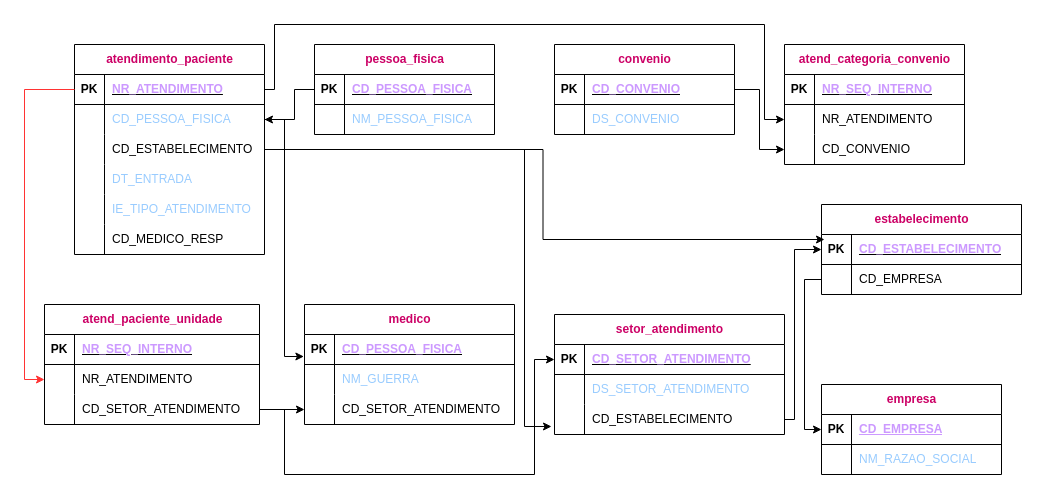
Above: Exercício_10.drawio in PatriciaGavloski/diagramas.sql (draw.io), before the change. Source tidied: cells renumbered, new cells numbered last; positions are measured from the earlier drawing's top-left corner, leaving out a move shared by most shapes. Both pictures are drawn from the tidied source at 100%, with x=0, y=0 at pixel (44, 24).
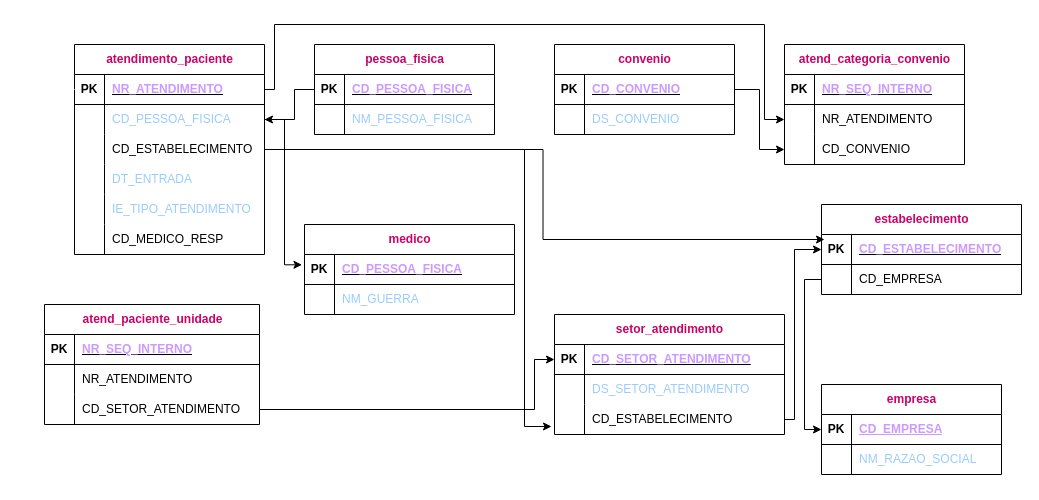
Above is the later version.

Unchanged cells that the change refers to:
```xml
<mxCell id="3" style="shape=tableRow;horizontal=0;startSize=0;swimlaneHead=0;swimlaneBody=0;fillColor=none;points=[[0,0.5],[1,0.5]];portConstraint=eastwest;top=0;left=0;right=0;bottom=1;" parent="2" vertex="1">
  <mxGeometry y="30" width="190" height="30" as="geometry" />
</mxCell>
<mxCell id="6" style="shape=tableRow;horizontal=0;startSize=0;swimlaneHead=0;swimlaneBody=0;fillColor=none;points=[[0,0.5],[1,0.5]];portConstraint=eastwest;top=0;left=0;right=0;bottom=0;" parent="2" vertex="1">
  <mxGeometry y="60" width="190" height="30" as="geometry" />
</mxCell>
<mxCell id="29" style="shape=tableRow;horizontal=0;startSize=0;swimlaneHead=0;swimlaneBody=0;fillColor=none;points=[[0,0.5],[1,0.5]];portConstraint=eastwest;top=0;left=0;right=0;bottom=1;" parent="28" vertex="1">
  <mxGeometry y="30" width="210" height="30" as="geometry" />
</mxCell>
<mxCell id="42" style="shape=tableRow;horizontal=0;startSize=0;swimlaneHead=0;swimlaneBody=0;fillColor=none;points=[[0,0.5],[1,0.5]];portConstraint=eastwest;top=0;left=0;right=0;bottom=0;" parent="38" vertex="1">
  <mxGeometry y="60" width="215" height="30" as="geometry" />
</mxCell>
<mxCell id="45" style="shape=tableRow;horizontal=0;startSize=0;swimlaneHead=0;swimlaneBody=0;fillColor=none;points=[[0,0.5],[1,0.5]];portConstraint=eastwest;top=0;left=0;right=0;bottom=0;" parent="38" vertex="1">
  <mxGeometry y="90" width="215" height="30" as="geometry" />
</mxCell>
<mxCell id="56" style="shape=tableRow;horizontal=0;startSize=0;swimlaneHead=0;swimlaneBody=0;fillColor=none;points=[[0,0.5],[1,0.5]];portConstraint=eastwest;top=0;left=0;right=0;bottom=1;" parent="55" vertex="1">
  <mxGeometry y="30" width="230" height="30" as="geometry" />
</mxCell>
```

What changed in the source:
```diff
@@
     <mxCell id="28" value="&lt;font color=&quot;#cc0066&quot;&gt;medico&lt;/font&gt;" style="shape=table;startSize=30;childLayout=tableLayout;rowLines=0;fontStyle=1;align=center;html=1;" parent="1" vertex="1">
-      <mxGeometry x="260" y="280" width="210" height="120" as="geometry" />
+      <mxGeometry x="260" y="200" width="210" height="90" as="geometry" />
     </mxCell>
@@
-    <mxCell id="35" style="shape=tableRow;horizontal=0;startSize=0;swimlaneHead=0;swimlaneBody=0;fillColor=none;points=[[0,0.5],[1,0.5]];portConstraint=eastwest;top=0;left=0;right=0;bottom=0;" parent="28" vertex="1">
-      <mxGeometry y="90" width="210" height="30" as="geometry" />
-    </mxCell>
-    <mxCell id="36" style="shape=partialRectangle;fillColor=none;top=0;left=0;bottom=0;right=0;overflow=hidden;whiteSpace=wrap;html=1;" parent="35" vertex="1">
-      <mxGeometry width="30" height="30" as="geometry" />
-    </mxCell>
-    <mxCell id="37" value="CD_SETOR_ATENDIMENTO" style="shape=partialRectangle;fillColor=none;top=0;left=0;bottom=0;right=0;align=left;spacingLeft=6;overflow=hidden;whiteSpace=wrap;html=1;" parent="35" vertex="1">
-      <mxGeometry x="30" width="180" height="30" as="geometry" />
-    </mxCell>
@@
-    <mxCell id="77" style="edgeStyle=orthogonalEdgeStyle;rounded=0;jettySize=auto;html=1;exitX=0;exitY=0.5;exitDx=0;exitDy=0;entryX=0;entryY=0.5;entryDx=0;entryDy=0;strokeColor=#FF3333;" parent="1" edge="1" source="3" target="42">
+    <mxCell id="77" style="edgeStyle=orthogonalEdgeStyle;rounded=0;jettySize=auto;html=1;exitX=0;exitY=0.5;exitDx=0;exitDy=0;entryX=0;entryY=0.5;entryDx=0;entryDy=0;strokeColor=#FFFFFF;" parent="1" edge="1" source="3" target="42">
       <mxGeometry relative="1" as="geometry" />
     </mxCell>
-    <mxCell id="78" style="edgeStyle=orthogonalEdgeStyle;rounded=0;jettySize=auto;html=1;exitX=1;exitY=0.5;exitDx=0;exitDy=0;entryX=-0.003;entryY=0.733;entryDx=0;entryDy=0;entryPerimeter=0;" parent="1" edge="1" source="6" target="29">
+    <mxCell id="78" style="edgeStyle=orthogonalEdgeStyle;rounded=0;jettySize=auto;html=1;exitX=1;exitY=0.5;exitDx=0;exitDy=0;entryX=-0.012;entryY=0.344;entryDx=0;entryDy=0;entryPerimeter=0;" parent="1" edge="1" source="6" target="29">
       <mxGeometry relative="1" as="geometry">
         <Array as="points">
           <mxPoint x="240" y="95" />
-          <mxPoint x="240" y="332" />
+          <mxPoint x="240" y="240" />
         </Array>
       </mxGeometry>
     </mxCell>
@@
     <mxCell id="80" style="edgeStyle=orthogonalEdgeStyle;rounded=0;jettySize=auto;html=1;entryX=0;entryY=0.5;entryDx=0;entryDy=0;" parent="1" edge="1" source="45" target="56">
       <mxGeometry relative="1" as="geometry">
         <Array as="points">
-          <mxPoint x="240" y="385" />
-          <mxPoint x="240" y="450" />
-          <mxPoint x="490" y="450" />
+          <mxPoint x="490" y="385" />
           <mxPoint x="490" y="335" />
         </Array>
       </mxGeometry>
     </mxCell>
@@
-    <mxCell id="99" style="edgeStyle=orthogonalEdgeStyle;rounded=0;jettySize=auto;html=1;exitX=1;exitY=0.5;exitDx=0;exitDy=0;entryX=0;entryY=0.5;entryDx=0;entryDy=0;" parent="1" edge="1" source="45" target="35">
+    <mxCell id="99" style="edgeStyle=orthogonalEdgeStyle;rounded=0;jettySize=auto;html=1;exitX=1;exitY=0.5;exitDx=0;exitDy=0;entryX=0;entryY=0.5;entryDx=0;entryDy=0;" parent="1" edge="1" source="45">
       <mxGeometry relative="1" as="geometry" />
     </mxCell>
```
